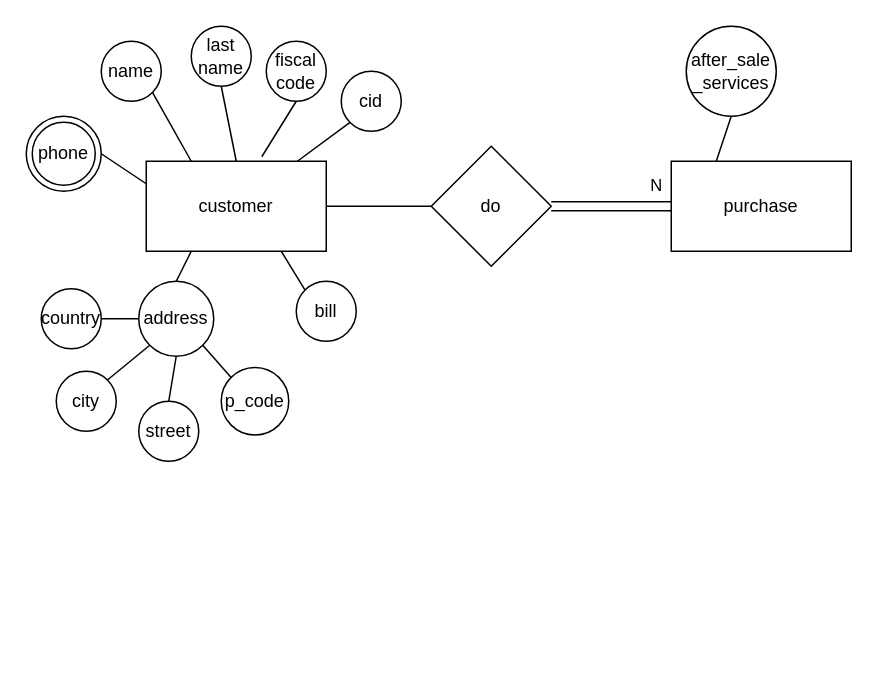
Above: car_manufactoring_conceptual.drawio in mohsenshahii/database (draw.io), before the change. Source tidied: cells renumbered, new cells numbered last; positions are measured from the earlier drawing's top-left corner, leaving out a move shared by most shapes. Both pictures are drawn from the tidied source at 150%, with x=0, y=0 at pixel (26, 26).
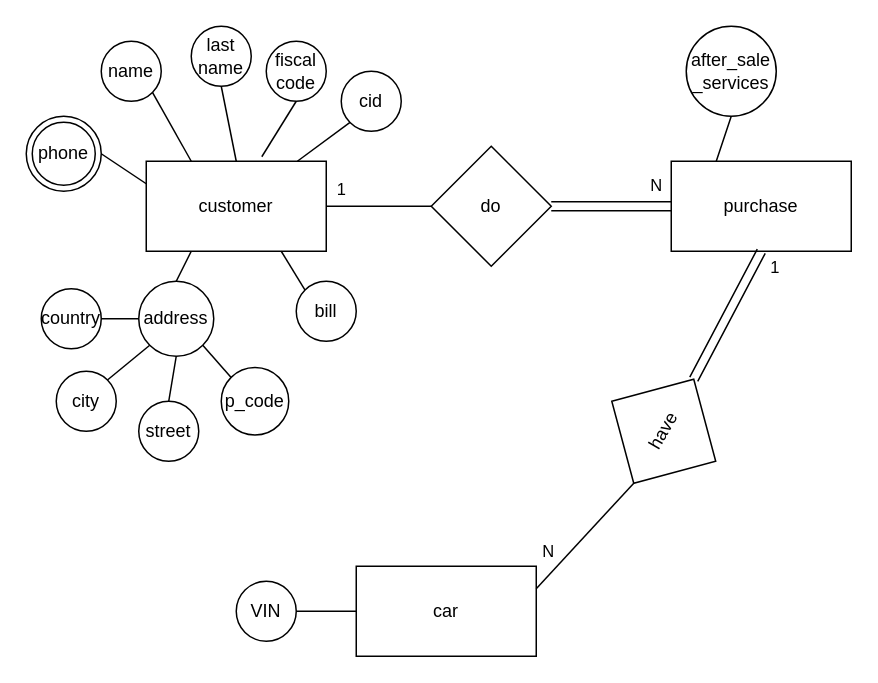
After the change.

Unchanged cells that the change refers to:
```xml
<mxCell id="2" value="customer" style="rounded=0.5;whiteSpace=wrap;html=1;" parent="1" vertex="1">
  <mxGeometry x="80" y="90" width="120" height="60" as="geometry" />
</mxCell>
<mxCell id="25" value="purchase" style="rounded=0;whiteSpace=wrap;html=1;" parent="1" vertex="1">
  <mxGeometry x="430" y="90" width="120" height="60" as="geometry" />
</mxCell>
<mxCell id="26" value="do" style="rhombus;whiteSpace=wrap;html=1;" parent="1" vertex="1">
  <mxGeometry x="270" y="80" width="80" height="80" as="geometry" />
</mxCell>
```

What changed in the source:
```diff
@@
-    <mxCell id="27" style="endArrow=none;html=1;rounded=0;entryX=0;entryY=0.5;entryDx=0;entryDy=0;exitX=1;exitY=0.5;exitDx=0;exitDy=0;" parent="1" edge="1" source="2" target="26">
-      <mxGeometry relative="1" as="geometry" />
-    </mxCell>
@@
+    <mxCell id="27" style="endArrow=0;html=1;rounded=0;exitX=1;exitY=0.5;exitDx=0;exitDy=0;entryX=0;entryY=0.5;entryDx=0;entryDy=0;" parent="1" edge="1" source="2" target="26">
+      <mxGeometry relative="1" as="geometry" />
+    </mxCell>
+    <mxCell id="32" value="1" style="edgeLabel;html=1;align=center;verticalAlign=middle;" parent="27" vertex="1">
+      <mxGeometry relative="1" as="geometry">
+        <mxPoint x="-26" y="-12" as="offset" />
+      </mxGeometry>
+    </mxCell>
+    <mxCell id="33" value="car" style="rounded=0;whiteSpace=wrap;html=1;" parent="1" vertex="1">
+      <mxGeometry x="220" y="360" width="120" height="60" as="geometry" />
+    </mxCell>
+    <mxCell id="34" value="have" style="rhombus;whiteSpace=wrap;html=1;rotation=-60;" parent="1" vertex="1">
+      <mxGeometry x="385" y="230" width="80" height="80" as="geometry" />
+    </mxCell>
+    <mxCell id="35" style="endArrow=classic;html=1;rounded=0;shape=link;width=6;entryX=0.5;entryY=1;entryDx=0;entryDy=0;exitX=1;exitY=0.5;exitDx=0;exitDy=0;" parent="1" edge="1" source="34" target="25">
+      <mxGeometry relative="1" as="geometry" />
+    </mxCell>
+    <mxCell id="36" value="1" style="edgeLabel;html=1;align=center;verticalAlign=middle;" parent="35" vertex="1">
+      <mxGeometry relative="1" as="geometry">
+        <mxPoint x="31" y="-32" as="offset" />
+      </mxGeometry>
+    </mxCell>
+    <mxCell id="37" style="endArrow=0;html=1;rounded=0;exitX=1;exitY=0.25;exitDx=0;exitDy=0;entryX=0;entryY=0.5;entryDx=0;entryDy=0;" parent="1" edge="1" source="33" target="34">
+      <mxGeometry relative="1" as="geometry" />
+    </mxCell>
+    <mxCell id="38" value="N" style="edgeLabel;html=1;align=center;verticalAlign=middle;" parent="37" vertex="1">
+      <mxGeometry relative="1" as="geometry">
+        <mxPoint x="-25" y="10" as="offset" />
+      </mxGeometry>
+    </mxCell>
+    <mxCell id="39" value="VIN" style="ellipse;whiteSpace=wrap;html=1;" parent="1" vertex="1">
+      <mxGeometry x="140" y="370" width="40" height="40" as="geometry" />
+    </mxCell>
+    <mxCell id="40" style="endArrow=none;html=1;rounded=0;exitX=1;exitY=0.5;exitDx=0;exitDy=0;entryX=0;entryY=0.5;entryDx=0;entryDy=0;" parent="1" edge="1" source="39" target="33">
+      <mxGeometry relative="1" as="geometry" />
+    </mxCell>
```
